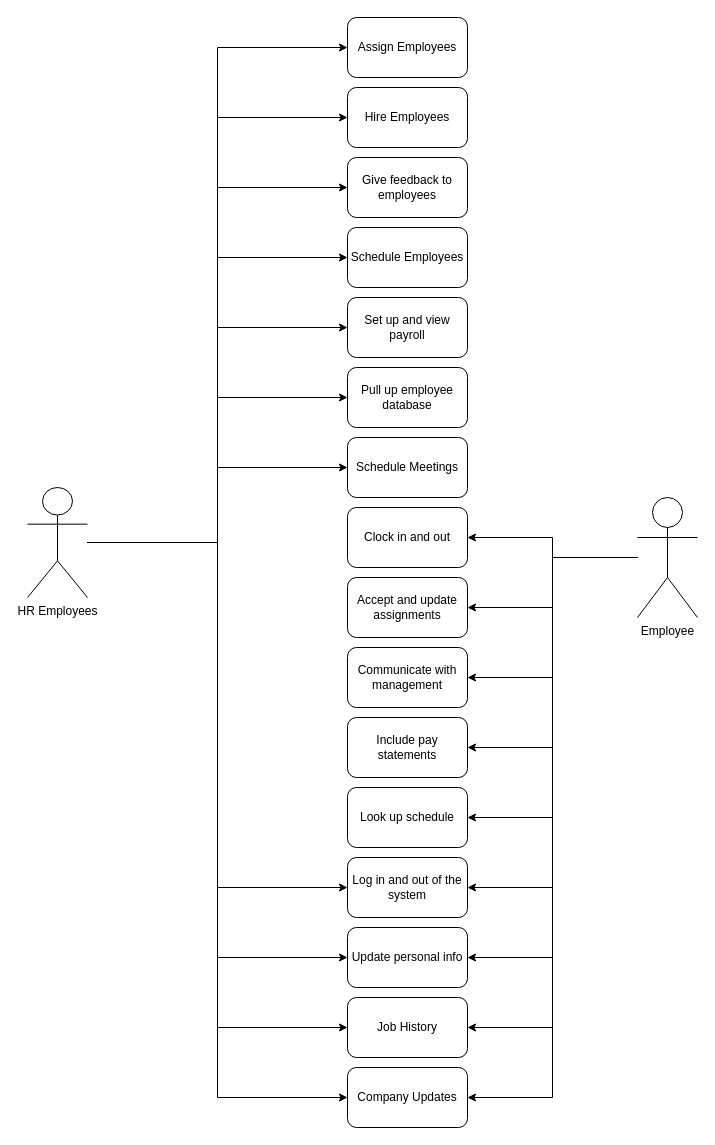
Above: HRTechnologiesUML.drawio in rkizy617/HRTechnologies (draw.io), before the change. Source tidied: cells renumbered, new cells numbered last; positions are measured from the earlier drawing's top-left corner, leaving out a move shared by most shapes. Both pictures are drawn from the tidied source at 100%, with x=0, y=0 at pixel (27, 17).
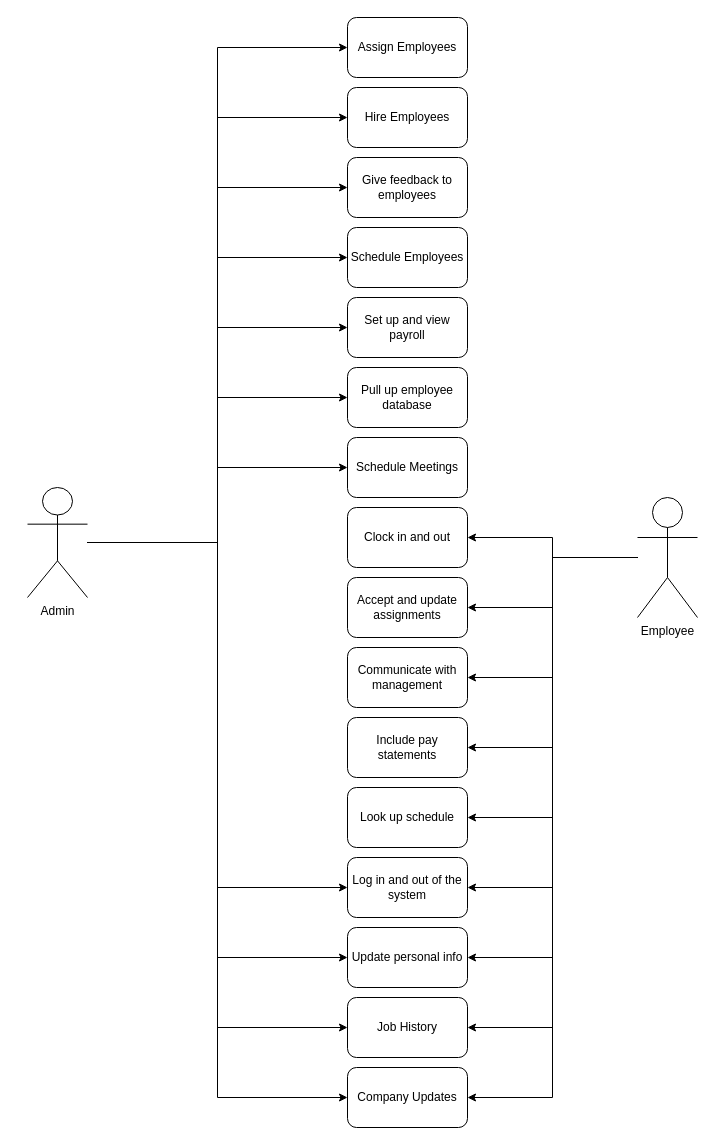
After the change.

Diff of the diagram source:
```diff
@@
-    <mxCell id="14" value="HR Employees" style="shape=umlActor;verticalLabelPosition=bottom;verticalAlign=top;html=1;outlineConnect=0;" parent="1" vertex="1">
+    <mxCell id="14" value="Admin" style="shape=umlActor;verticalLabelPosition=bottom;verticalAlign=top;html=1;outlineConnect=0;" parent="1" vertex="1">
       <mxGeometry y="470" width="60" height="110" as="geometry" />
     </mxCell>
```
